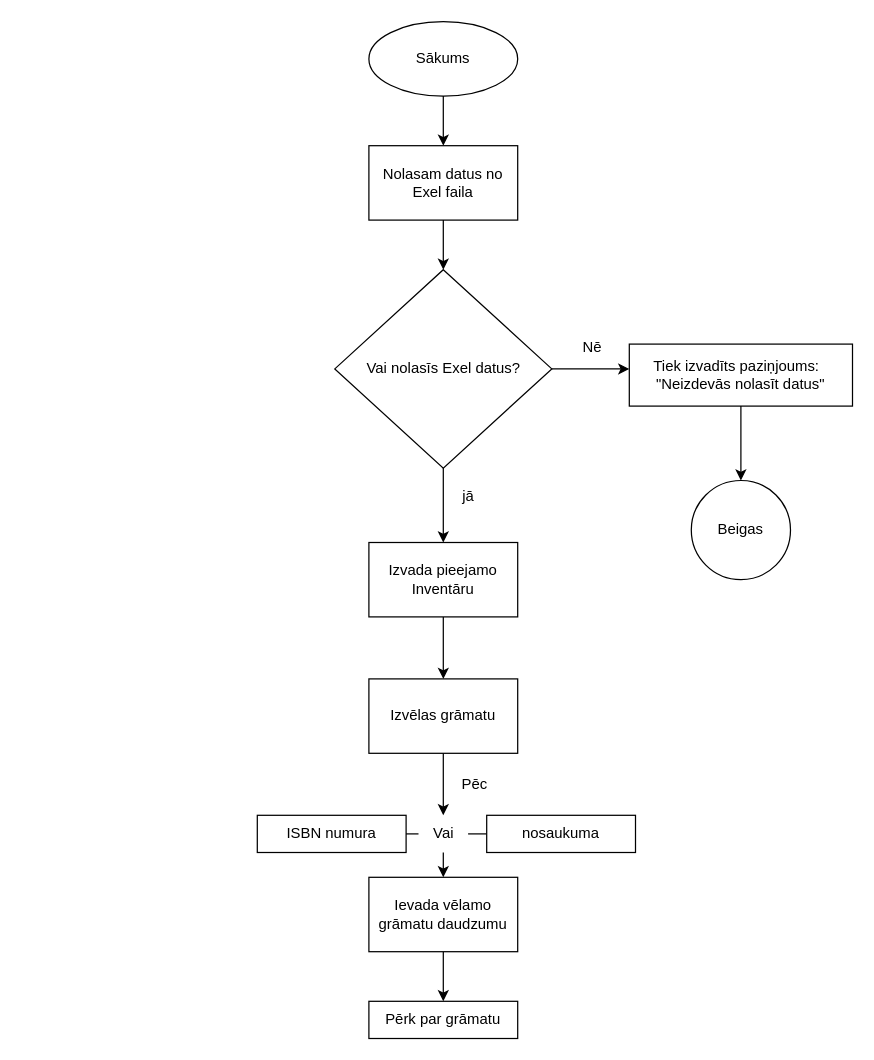
Before: veikals.drawio in Selgascepums/Skola, a draw.io diagram. Source tidied: cells renumbered, new cells numbered last; positions are measured from the earlier drawing's top-left corner, leaving out a move shared by most shapes. Both pictures are drawn from the tidied source at 124%, with x=0, y=0 at pixel (257, 21).
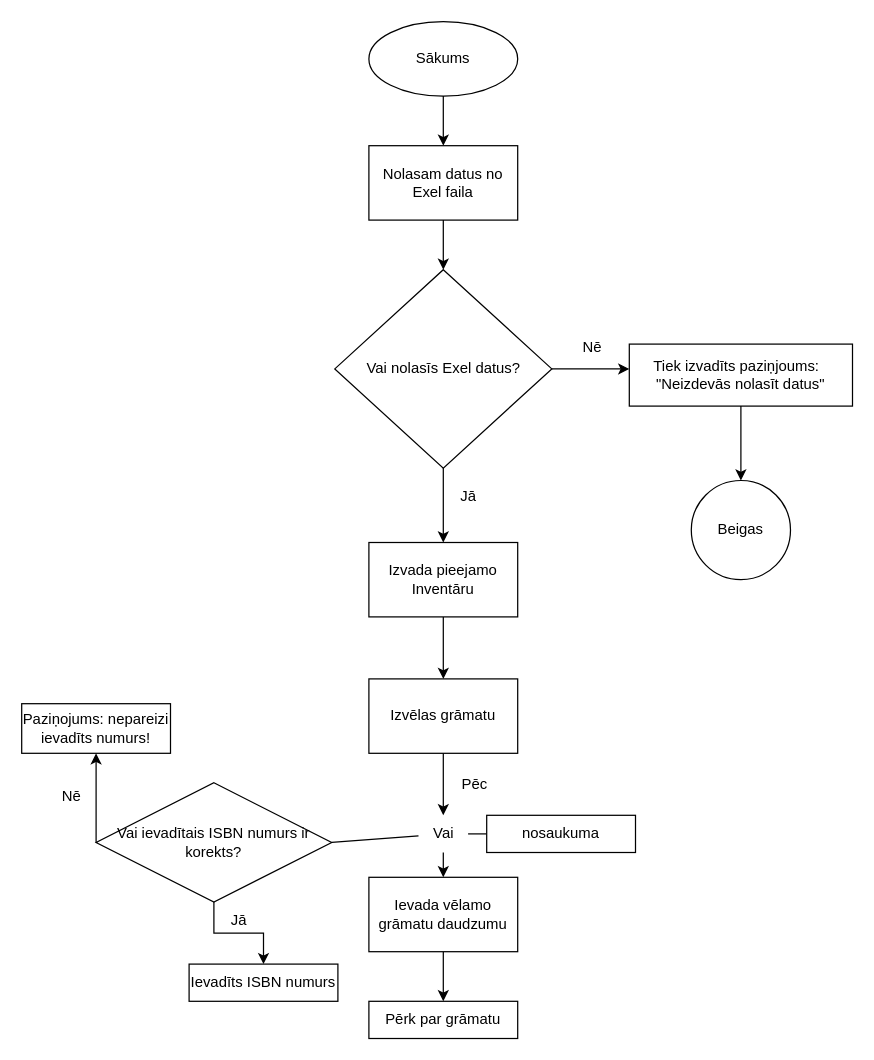
Above is the later version.

Unchanged cells that the change refers to:
```xml
<mxCell id="24" value="Vai" style="text;html=1;align=center;verticalAlign=middle;points=[];strokeColor=none;fillColor=none;" parent="1" vertex="1">
  <mxGeometry x="130" y="640" width="40" height="30" as="geometry" />
</mxCell>
```

What changed in the source:
```diff
@@
-    <mxCell id="14" value="jā" style="text;html=1;align=center;verticalAlign=middle;strokeColor=none;fillColor=none;" parent="1" vertex="1">
-      <mxGeometry x="155" y="368" width="30" height="30" as="geometry" />
+    <mxCell id="14" value="Jā" style="text;html=1;align=center;verticalAlign=middle;strokeColor=none;fillColor=none;" parent="1" vertex="1">
+      <mxGeometry x="150" y="368" width="40" height="30" as="geometry" />
     </mxCell>
@@
-    <mxCell id="20" value="ISBN numura" style="rounded=0;whiteSpace=wrap;html=1;" parent="1" vertex="1">
-      <mxGeometry y="640" width="120" height="30" as="geometry" />
+    <mxCell id="20" value="Ievadīts ISBN numurs" style="rounded=0;whiteSpace=wrap;html=1;" parent="1" vertex="1">
+      <mxGeometry x="-55" y="760" width="120" height="30" as="geometry" />
     </mxCell>
@@
-    <mxCell id="23" style="endArrow=none;html=1;rounded=0;exitX=1;exitY=0.5;exitDx=0;exitDy=0;" parent="1" edge="1" source="20" target="24">
-      <mxGeometry relative="1" as="geometry" />
-    </mxCell>
@@
+    <mxCell id="30" style="edgeStyle=orthogonalEdgeStyle;rounded=0;jettySize=auto;html=1;" parent="1" edge="1" source="31" target="20">
+      <mxGeometry relative="1" as="geometry" />
+    </mxCell>
+    <mxCell id="31" value="Vai ievadītais ISBN numurs ir korekts?" style="rhombus;whiteSpace=wrap;html=1;" parent="1" vertex="1">
+      <mxGeometry x="-130" y="613.8" width="190" height="96.2" as="geometry" />
+    </mxCell>
+    <mxCell id="32" style="endArrow=none;html=1;rounded=0;exitX=1;exitY=0.5;exitDx=0;exitDy=0;" parent="1" edge="1" source="31" target="24">
+      <mxGeometry relative="1" as="geometry" />
+    </mxCell>
+    <mxCell id="33" value="Nē" style="text;html=1;align=center;verticalAlign=middle;strokeColor=none;fillColor=none;" parent="1" vertex="1">
+      <mxGeometry x="-170" y="610" width="40" height="30" as="geometry" />
+    </mxCell>
+    <mxCell id="34" value="Paziņojums: nepareizi ievadīts numurs!" style="rounded=0;whiteSpace=wrap;html=1;" parent="1" vertex="1">
+      <mxGeometry x="-190" y="550" width="120" height="40" as="geometry" />
+    </mxCell>
+    <mxCell id="35" value="Jā" style="text;html=1;align=center;verticalAlign=middle;strokeColor=none;fillColor=none;" parent="1" vertex="1">
+      <mxGeometry x="-35" y="710" width="40" height="30" as="geometry" />
+    </mxCell>
+    <mxCell id="36" style="endArrow=classic;html=1;rounded=0;exitX=0;exitY=0.5;exitDx=0;exitDy=0;entryX=0.5;entryY=1;entryDx=0;entryDy=0;" parent="1" edge="1" source="31" target="34">
+      <mxGeometry relative="1" as="geometry" />
+    </mxCell>
```
